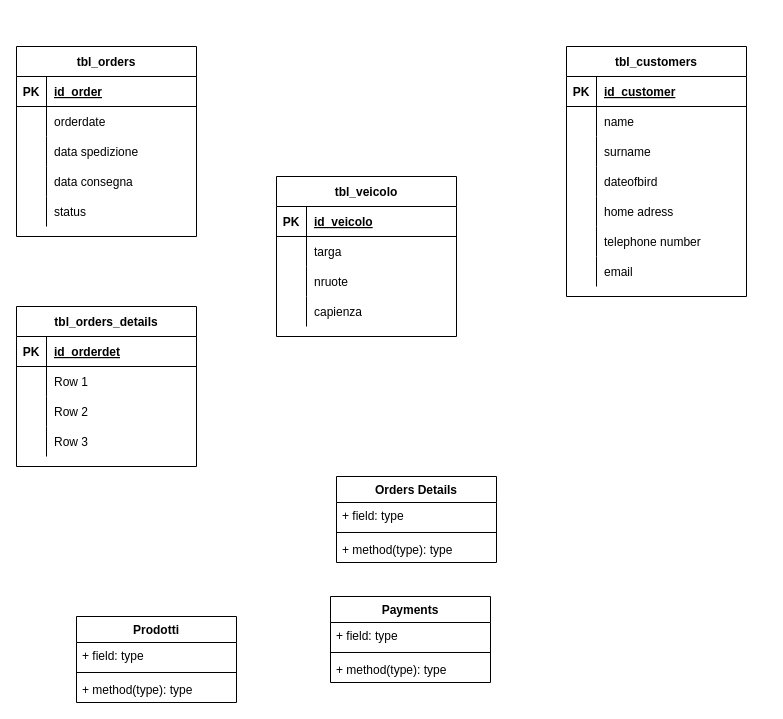
The draw.io diagram db_glovo.drawio in andreabesso/Diagrams, before the edit. Source tidied: cells renumbered, new cells numbered last; positions are measured from the earlier drawing's top-left corner, leaving out a move shared by most shapes. Both pictures are drawn from the tidied source at 100%, with x=0, y=0 at pixel (16, 46).
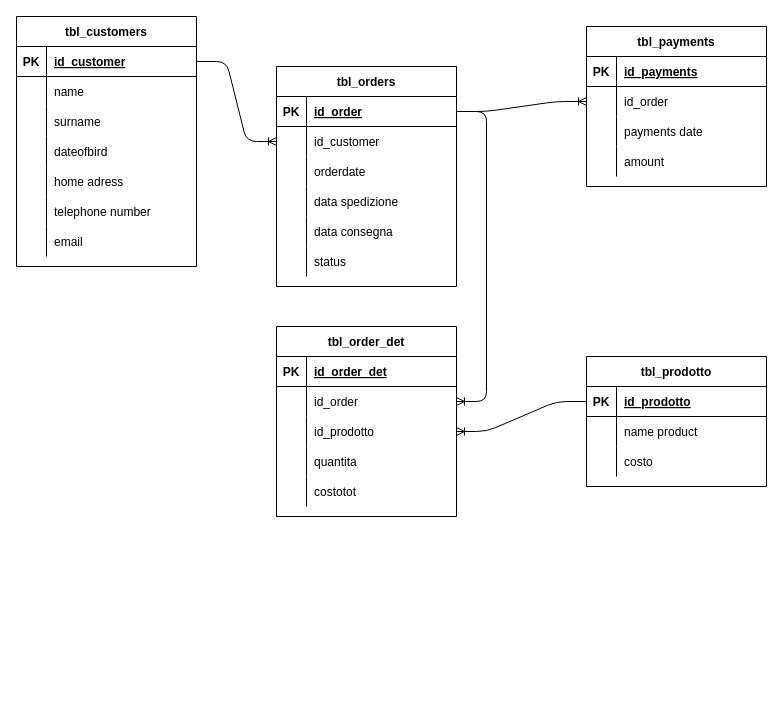
Above is the later version.

The change refers to these unchanged cells:
```xml
<mxCell id="15" style="shape=partialRectangle;fillColor=none;top=0;left=0;bottom=1;right=0;points=[[0,0.5],[1,0.5]];portConstraint=eastwest;" parent="14" vertex="1">
  <mxGeometry y="30" width="180" height="30" as="geometry" />
</mxCell>
<mxCell id="50" style="shape=partialRectangle;fillColor=none;top=0;left=0;bottom=1;right=0;points=[[0,0.5],[1,0.5]];portConstraint=eastwest;" parent="49" vertex="1">
  <mxGeometry y="30" width="180" height="30" as="geometry" />
</mxCell>
<mxCell id="53" style="shape=partialRectangle;fillColor=none;top=0;left=0;bottom=0;right=0;" parent="49" vertex="1">
  <mxGeometry y="60" width="180" height="30" as="geometry" />
</mxCell>
<mxCell id="66" style="shape=partialRectangle;fillColor=none;top=0;left=0;bottom=1;right=0;" parent="65" vertex="1">
  <mxGeometry y="30" width="180" height="30" as="geometry" />
</mxCell>
<mxCell id="69" style="shape=partialRectangle;fillColor=none;top=0;left=0;bottom=0;right=0;points=[[0,0.5],[1,0.5]];portConstraint=eastwest;" parent="65" vertex="1">
  <mxGeometry y="60" width="180" height="30" as="geometry" />
</mxCell>
<mxCell id="72" style="shape=partialRectangle;fillColor=none;top=0;left=0;bottom=0;right=0;" parent="65" vertex="1">
  <mxGeometry y="90" width="180" height="30" as="geometry" />
</mxCell>
<mxCell id="75" style="shape=partialRectangle;fillColor=none;top=0;left=0;bottom=0;right=0;" parent="65" vertex="1">
  <mxGeometry y="120" width="180" height="30" as="geometry" />
</mxCell>
```

What changed in the source:
```diff
@@
-    <mxCell id="2" value="Orders Details" style="swimlane;fontStyle=1;align=center;verticalAlign=top;horizontal=1;startSize=26;" parent="1" vertex="1">
-      <mxGeometry x="320" y="430" width="160" height="86" as="geometry" />
-    </mxCell>
-    <mxCell id="3" value="+ field: type" style="text;strokeColor=none;fillColor=none;align=left;verticalAlign=top;spacingLeft=4;spacingRight=4;overflow=hidden;" parent="2" vertex="1">
-      <mxGeometry y="26" width="160" height="26" as="geometry" />
-    </mxCell>
-    <mxCell id="4" style="line;strokeWidth=1;fillColor=none;align=left;verticalAlign=middle;spacingTop=-1;spacingLeft=3;spacingRight=3;labelPosition=right;" parent="2" vertex="1">
-      <mxGeometry y="52" width="160" height="8" as="geometry" />
-    </mxCell>
-    <mxCell id="5" value="+ method(type): type" style="text;strokeColor=none;fillColor=none;align=left;verticalAlign=top;spacingLeft=4;spacingRight=4;overflow=hidden;" parent="2" vertex="1">
-      <mxGeometry y="60" width="160" height="26" as="geometry" />
-    </mxCell>
-    <mxCell id="6" value="Payments" style="swimlane;fontStyle=1;align=center;verticalAlign=top;horizontal=1;startSize=26;" parent="1" vertex="1">
-      <mxGeometry x="314" y="550" width="160" height="86" as="geometry" />
-    </mxCell>
-    <mxCell id="7" value="+ field: type" style="text;strokeColor=none;fillColor=none;align=left;verticalAlign=top;spacingLeft=4;spacingRight=4;overflow=hidden;" parent="6" vertex="1">
-      <mxGeometry y="26" width="160" height="26" as="geometry" />
-    </mxCell>
-    <mxCell id="8" style="line;strokeWidth=1;fillColor=none;align=left;verticalAlign=middle;spacingTop=-1;spacingLeft=3;spacingRight=3;labelPosition=right;" parent="6" vertex="1">
-      <mxGeometry y="52" width="160" height="8" as="geometry" />
-    </mxCell>
-    <mxCell id="9" value="+ method(type): type" style="text;strokeColor=none;fillColor=none;align=left;verticalAlign=top;spacingLeft=4;spacingRight=4;overflow=hidden;" parent="6" vertex="1">
-      <mxGeometry y="60" width="160" height="26" as="geometry" />
-    </mxCell>
-    <mxCell id="10" value="Prodotti" style="swimlane;fontStyle=1;align=center;verticalAlign=top;horizontal=1;startSize=26;" parent="1" vertex="1">
-      <mxGeometry x="60" y="570" width="160" height="86" as="geometry" />
-    </mxCell>
-    <mxCell id="11" value="+ field: type" style="text;strokeColor=none;fillColor=none;align=left;verticalAlign=top;spacingLeft=4;spacingRight=4;overflow=hidden;" parent="10" vertex="1">
-      <mxGeometry y="26" width="160" height="26" as="geometry" />
-    </mxCell>
-    <mxCell id="12" style="line;strokeWidth=1;fillColor=none;align=left;verticalAlign=middle;spacingTop=-1;spacingLeft=3;spacingRight=3;labelPosition=right;" parent="10" vertex="1">
-      <mxGeometry y="52" width="160" height="8" as="geometry" />
-    </mxCell>
-    <mxCell id="13" value="+ method(type): type" style="text;strokeColor=none;fillColor=none;align=left;verticalAlign=top;spacingLeft=4;spacingRight=4;overflow=hidden;" parent="10" vertex="1">
-      <mxGeometry y="60" width="160" height="26" as="geometry" />
-    </mxCell>
     <mxCell id="14" value="tbl_customers" style="shape=table;startSize=30;childLayout=tableLayout;rowLines=0;fontStyle=1;align=center;" parent="1" vertex="1">
-      <mxGeometry x="550" width="180" height="250" as="geometry" />
+      <mxGeometry y="-30" width="180" height="250" as="geometry" />
     </mxCell>
@@
-    <mxCell id="36" value="tbl_veicolo" style="shape=table;startSize=30;childLayout=tableLayout;rowLines=0;fontStyle=1;align=center;" parent="1" vertex="1">
-      <mxGeometry x="260" y="130" width="180" height="160" as="geometry" />
-    </mxCell>
-    <mxCell id="37" style="shape=partialRectangle;fillColor=none;top=0;left=0;bottom=1;right=0;" parent="36" vertex="1">
-      <mxGeometry y="30" width="180" height="30" as="geometry" />
-    </mxCell>
-    <mxCell id="38" value="PK" style="shape=partialRectangle;fillColor=none;top=0;left=0;bottom=0;right=0;fontStyle=1;overflow=hidden;" parent="37" vertex="1">
-      <mxGeometry width="30" height="30" as="geometry" />
-    </mxCell>
-    <mxCell id="39" value="id_veicolo" style="shape=partialRectangle;fillColor=none;top=0;left=0;bottom=0;right=0;align=left;spacingLeft=6;fontStyle=5;overflow=hidden;" parent="37" vertex="1">
-      <mxGeometry x="30" width="150" height="30" as="geometry" />
-    </mxCell>
-    <mxCell id="40" style="shape=partialRectangle;fillColor=none;top=0;left=0;bottom=0;right=0;" parent="36" vertex="1">
-      <mxGeometry y="60" width="180" height="30" as="geometry" />
-    </mxCell>
-    <mxCell id="41" style="shape=partialRectangle;fillColor=none;top=0;left=0;bottom=0;right=0;overflow=hidden;" parent="40" vertex="1">
-      <mxGeometry width="30" height="30" as="geometry" />
-    </mxCell>
-    <mxCell id="42" value="targa" style="shape=partialRectangle;fillColor=none;top=0;left=0;bottom=0;right=0;align=left;spacingLeft=6;overflow=hidden;" parent="40" vertex="1">
-      <mxGeometry x="30" width="150" height="30" as="geometry" />
-    </mxCell>
-    <mxCell id="43" style="shape=partialRectangle;fillColor=none;top=0;left=0;bottom=0;right=0;" parent="36" vertex="1">
-      <mxGeometry y="90" width="180" height="30" as="geometry" />
-    </mxCell>
-    <mxCell id="44" style="shape=partialRectangle;fillColor=none;top=0;left=0;bottom=0;right=0;overflow=hidden;" parent="43" vertex="1">
-      <mxGeometry width="30" height="30" as="geometry" />
-    </mxCell>
-    <mxCell id="45" value="nruote" style="shape=partialRectangle;fillColor=none;top=0;left=0;bottom=0;right=0;align=left;spacingLeft=6;overflow=hidden;" parent="43" vertex="1">
-      <mxGeometry x="30" width="150" height="30" as="geometry" />
-    </mxCell>
-    <mxCell id="46" style="shape=partialRectangle;fillColor=none;top=0;left=0;bottom=0;right=0;" parent="36" vertex="1">
-      <mxGeometry y="120" width="180" height="30" as="geometry" />
-    </mxCell>
-    <mxCell id="47" style="shape=partialRectangle;fillColor=none;top=0;left=0;bottom=0;right=0;overflow=hidden;" parent="46" vertex="1">
-      <mxGeometry width="30" height="30" as="geometry" />
-    </mxCell>
-    <mxCell id="48" value="capienza" style="shape=partialRectangle;fillColor=none;top=0;left=0;bottom=0;right=0;align=left;spacingLeft=6;overflow=hidden;" parent="46" vertex="1">
-      <mxGeometry x="30" width="150" height="30" as="geometry" />
-    </mxCell>
     <mxCell id="49" value="tbl_orders" style="shape=table;startSize=30;childLayout=tableLayout;rowLines=0;fontStyle=1;align=center;" parent="1" vertex="1">
-      <mxGeometry width="180" height="190" as="geometry" />
+      <mxGeometry x="260" y="20" width="180" height="220" as="geometry" />
     </mxCell>
@@
-    <mxCell id="55" value="orderdate" style="shape=partialRectangle;fillColor=none;top=0;left=0;bottom=0;right=0;align=left;spacingLeft=6;overflow=hidden;" parent="53" vertex="1">
+    <mxCell id="55" value="id_customer" style="shape=partialRectangle;fillColor=none;top=0;left=0;bottom=0;right=0;align=left;spacingLeft=6;overflow=hidden;" parent="53" vertex="1">
       <mxGeometry x="30" width="150" height="30" as="geometry" />
     </mxCell>
+    <mxCell id="78" style="shape=partialRectangle;fillColor=none;top=0;left=0;bottom=0;right=0;" parent="49" vertex="1">
+      <mxGeometry y="90" width="180" height="30" as="geometry" />
+    </mxCell>
+    <mxCell id="79" style="shape=partialRectangle;fillColor=none;top=0;left=0;bottom=0;right=0;overflow=hidden;" parent="78" vertex="1">
+      <mxGeometry width="30" height="30" as="geometry" />
+    </mxCell>
+    <mxCell id="80" value="orderdate" style="shape=partialRectangle;fillColor=none;top=0;left=0;bottom=0;right=0;align=left;spacingLeft=6;overflow=hidden;" parent="78" vertex="1">
+      <mxGeometry x="30" width="150" height="30" as="geometry" />
+    </mxCell>
     <mxCell id="56" style="shape=partialRectangle;fillColor=none;top=0;left=0;bottom=0;right=0;" parent="49" vertex="1">
-      <mxGeometry y="90" width="180" height="30" as="geometry" />
+      <mxGeometry y="120" width="180" height="30" as="geometry" />
     </mxCell>
@@
     <mxCell id="59" style="shape=partialRectangle;fillColor=none;top=0;left=0;bottom=0;right=0;" parent="49" vertex="1">
-      <mxGeometry y="120" width="180" height="30" as="geometry" />
+      <mxGeometry y="150" width="180" height="30" as="geometry" />
     </mxCell>
@@
     <mxCell id="62" style="shape=partialRectangle;fillColor=none;top=0;left=0;bottom=0;right=0;" parent="49" vertex="1">
-      <mxGeometry y="150" width="180" height="30" as="geometry" />
+      <mxGeometry y="180" width="180" height="30" as="geometry" />
     </mxCell>
@@
-    <mxCell id="65" value="tbl_orders_details" style="shape=table;startSize=30;childLayout=tableLayout;rowLines=0;fontStyle=1;align=center;" parent="1" vertex="1">
-      <mxGeometry y="260" width="180" height="160" as="geometry" />
+    <mxCell id="65" value="tbl_payments" style="shape=table;startSize=30;childLayout=tableLayout;rowLines=0;fontStyle=1;align=center;" parent="1" vertex="1">
+      <mxGeometry x="570" y="-20" width="180" height="160" as="geometry" />
     </mxCell>
@@
-    <mxCell id="68" value="id_orderdet" style="shape=partialRectangle;fillColor=none;top=0;left=0;bottom=0;right=0;align=left;spacingLeft=6;fontStyle=5;overflow=hidden;" parent="66" vertex="1">
+    <mxCell id="68" value="id_payments" style="shape=partialRectangle;fillColor=none;top=0;left=0;bottom=0;right=0;align=left;spacingLeft=6;fontStyle=5;overflow=hidden;" parent="66" vertex="1">
       <mxGeometry x="30" width="150" height="30" as="geometry" />
     </mxCell>
@@
-    <mxCell id="71" value="Row 1" style="shape=partialRectangle;fillColor=none;top=0;left=0;bottom=0;right=0;align=left;spacingLeft=6;overflow=hidden;" parent="69" vertex="1">
+    <mxCell id="71" value="id_order" style="shape=partialRectangle;fillColor=none;top=0;left=0;bottom=0;right=0;align=left;spacingLeft=6;overflow=hidden;" parent="69" vertex="1">
       <mxGeometry x="30" width="150" height="30" as="geometry" />
     </mxCell>
@@
-    <mxCell id="74" value="Row 2" style="shape=partialRectangle;fillColor=none;top=0;left=0;bottom=0;right=0;align=left;spacingLeft=6;overflow=hidden;" parent="72" vertex="1">
+    <mxCell id="74" value="payments date" style="shape=partialRectangle;fillColor=none;top=0;left=0;bottom=0;right=0;align=left;spacingLeft=6;overflow=hidden;" parent="72" vertex="1">
       <mxGeometry x="30" width="150" height="30" as="geometry" />
     </mxCell>
@@
-    <mxCell id="77" value="Row 3" style="shape=partialRectangle;fillColor=none;top=0;left=0;bottom=0;right=0;align=left;spacingLeft=6;overflow=hidden;" parent="75" vertex="1">
+    <mxCell id="77" value="amount" style="shape=partialRectangle;fillColor=none;top=0;left=0;bottom=0;right=0;align=left;spacingLeft=6;overflow=hidden;" parent="75" vertex="1">
       <mxGeometry x="30" width="150" height="30" as="geometry" />
     </mxCell>
+    <mxCell id="81" value="tbl_prodotto" style="shape=table;startSize=30;childLayout=tableLayout;rowLines=0;fontStyle=1;align=center;" parent="1" vertex="1">
+      <mxGeometry x="570" y="310" width="180" height="130" as="geometry" />
+    </mxCell>
+    <mxCell id="82" style="shape=partialRectangle;fillColor=none;top=0;left=0;bottom=1;right=0;points=[[0,0.5],[1,0.5]];portConstraint=eastwest;" parent="81" vertex="1">
+      <mxGeometry y="30" width="180" height="30" as="geometry" />
+    </mxCell>
+    <mxCell id="83" value="PK" style="shape=partialRectangle;fillColor=none;top=0;left=0;bottom=0;right=0;fontStyle=1;overflow=hidden;" parent="82" vertex="1">
+      <mxGeometry width="30" height="30" as="geometry" />
+    </mxCell>
+    <mxCell id="84" value="id_prodotto" style="shape=partialRectangle;fillColor=none;top=0;left=0;bottom=0;right=0;align=left;spacingLeft=6;fontStyle=5;overflow=hidden;" parent="82" vertex="1">
+      <mxGeometry x="30" width="150" height="30" as="geometry" />
+    </mxCell>
+    <mxCell id="85" style="shape=partialRectangle;fillColor=none;top=0;left=0;bottom=0;right=0;" parent="81" vertex="1">
+      <mxGeometry y="60" width="180" height="30" as="geometry" />
+    </mxCell>
+    <mxCell id="86" style="shape=partialRectangle;fillColor=none;top=0;left=0;bottom=0;right=0;overflow=hidden;" parent="85" vertex="1">
+      <mxGeometry width="30" height="30" as="geometry" />
+    </mxCell>
+    <mxCell id="87" value="name product" style="shape=partialRectangle;fillColor=none;top=0;left=0;bottom=0;right=0;align=left;spacingLeft=6;overflow=hidden;" parent="85" vertex="1">
+      <mxGeometry x="30" width="150" height="30" as="geometry" />
+    </mxCell>
+    <mxCell id="88" style="shape=partialRectangle;fillColor=none;top=0;left=0;bottom=0;right=0;" parent="81" vertex="1">
+      <mxGeometry y="90" width="180" height="30" as="geometry" />
+    </mxCell>
+    <mxCell id="89" style="shape=partialRectangle;fillColor=none;top=0;left=0;bottom=0;right=0;overflow=hidden;" parent="88" vertex="1">
+      <mxGeometry width="30" height="30" as="geometry" />
+    </mxCell>
+    <mxCell id="90" value="costo" style="shape=partialRectangle;fillColor=none;top=0;left=0;bottom=0;right=0;align=left;spacingLeft=6;overflow=hidden;" parent="88" vertex="1">
+      <mxGeometry x="30" width="150" height="30" as="geometry" />
+    </mxCell>
+    <mxCell id="91" value="tbl_order_det" style="shape=table;startSize=30;childLayout=tableLayout;rowLines=0;fontStyle=1;align=center;" parent="1" vertex="1">
+      <mxGeometry x="260" y="280" width="180" height="190" as="geometry" />
+    </mxCell>
+    <mxCell id="92" style="shape=partialRectangle;fillColor=none;top=0;left=0;bottom=1;right=0;" parent="91" vertex="1">
+      <mxGeometry y="30" width="180" height="30" as="geometry" />
+    </mxCell>
+    <mxCell id="93" value="PK" style="shape=partialRectangle;fillColor=none;top=0;left=0;bottom=0;right=0;fontStyle=1;overflow=hidden;" parent="92" vertex="1">
+      <mxGeometry width="30" height="30" as="geometry" />
+    </mxCell>
+    <mxCell id="94" value="id_order_det" style="shape=partialRectangle;fillColor=none;top=0;left=0;bottom=0;right=0;align=left;spacingLeft=6;fontStyle=5;overflow=hidden;" parent="92" vertex="1">
+      <mxGeometry x="30" width="150" height="30" as="geometry" />
+    </mxCell>
+    <mxCell id="95" style="shape=partialRectangle;fillColor=none;top=0;left=0;bottom=0;right=0;points=[[0,0.5],[1,0.5]];portConstraint=eastwest;" parent="91" vertex="1">
+      <mxGeometry y="60" width="180" height="30" as="geometry" />
+    </mxCell>
+    <mxCell id="96" style="shape=partialRectangle;fillColor=none;top=0;left=0;bottom=0;right=0;overflow=hidden;" parent="95" vertex="1">
+      <mxGeometry width="30" height="30" as="geometry" />
+    </mxCell>
+    <mxCell id="97" value="id_order" style="shape=partialRectangle;fillColor=none;top=0;left=0;bottom=0;right=0;align=left;spacingLeft=6;overflow=hidden;" parent="95" vertex="1">
+      <mxGeometry x="30" width="150" height="30" as="geometry" />
+    </mxCell>
+    <mxCell id="98" style="shape=partialRectangle;fillColor=none;top=0;left=0;bottom=0;right=0;points=[[0,0.5],[1,0.5]];portConstraint=eastwest;" parent="91" vertex="1">
+      <mxGeometry y="90" width="180" height="30" as="geometry" />
+    </mxCell>
+    <mxCell id="99" style="shape=partialRectangle;fillColor=none;top=0;left=0;bottom=0;right=0;overflow=hidden;" parent="98" vertex="1">
+      <mxGeometry width="30" height="30" as="geometry" />
+    </mxCell>
+    <mxCell id="100" value="id_prodotto" style="shape=partialRectangle;fillColor=none;top=0;left=0;bottom=0;right=0;align=left;spacingLeft=6;overflow=hidden;" parent="98" vertex="1">
+      <mxGeometry x="30" width="150" height="30" as="geometry" />
+    </mxCell>
+    <mxCell id="46" style="shape=partialRectangle;fillColor=none;top=0;left=0;bottom=0;right=0;" parent="91" vertex="1">
+      <mxGeometry y="120" width="180" height="30" as="geometry" />
+    </mxCell>
+    <mxCell id="101" style="shape=partialRectangle;fillColor=none;top=0;left=0;bottom=0;right=0;overflow=hidden;" parent="46" vertex="1">
+      <mxGeometry width="30" height="30" as="geometry" />
+    </mxCell>
+    <mxCell id="102" value="quantita" style="shape=partialRectangle;fillColor=none;top=0;left=0;bottom=0;right=0;align=left;spacingLeft=6;overflow=hidden;" parent="46" vertex="1">
+      <mxGeometry x="30" width="150" height="30" as="geometry" />
+    </mxCell>
+    <mxCell id="103" style="shape=partialRectangle;fillColor=none;top=0;left=0;bottom=0;right=0;" parent="91" vertex="1">
+      <mxGeometry y="150" width="180" height="30" as="geometry" />
+    </mxCell>
+    <mxCell id="104" style="shape=partialRectangle;fillColor=none;top=0;left=0;bottom=0;right=0;overflow=hidden;" parent="103" vertex="1">
+      <mxGeometry width="30" height="30" as="geometry" />
+    </mxCell>
+    <mxCell id="105" value="costotot" style="shape=partialRectangle;fillColor=none;top=0;left=0;bottom=0;right=0;align=left;spacingLeft=6;overflow=hidden;" parent="103" vertex="1">
+      <mxGeometry x="30" width="150" height="30" as="geometry" />
+    </mxCell>
+    <mxCell id="106" style="edgeStyle=entityRelationEdgeStyle;fontSize=12;html=1;endArrow=ERoneToMany;" parent="1" edge="1" source="15">
+      <mxGeometry relative="1" as="geometry">
+        <mxPoint x="260" y="95" as="targetPoint" />
+      </mxGeometry>
+    </mxCell>
+    <mxCell id="107" style="edgeStyle=entityRelationEdgeStyle;fontSize=12;html=1;endArrow=ERoneToMany;entryX=0;entryY=0.5;entryDx=0;entryDy=0;exitX=1;exitY=0.5;exitDx=0;exitDy=0;" parent="1" edge="1" source="50" target="69">
+      <mxGeometry relative="1" as="geometry" />
+    </mxCell>
+    <mxCell id="108" style="edgeStyle=entityRelationEdgeStyle;fontSize=12;html=1;endArrow=ERoneToMany;exitX=0;exitY=0.5;exitDx=0;exitDy=0;entryX=1;entryY=0.5;entryDx=0;entryDy=0;" parent="1" edge="1" source="82" target="98">
+      <mxGeometry relative="1" as="geometry" />
+    </mxCell>
+    <mxCell id="109" style="edgeStyle=entityRelationEdgeStyle;fontSize=12;html=1;endArrow=ERoneToMany;entryX=1;entryY=0.5;entryDx=0;entryDy=0;" parent="1" edge="1" source="50" target="95">
+      <mxGeometry relative="1" as="geometry" />
+    </mxCell>
```
